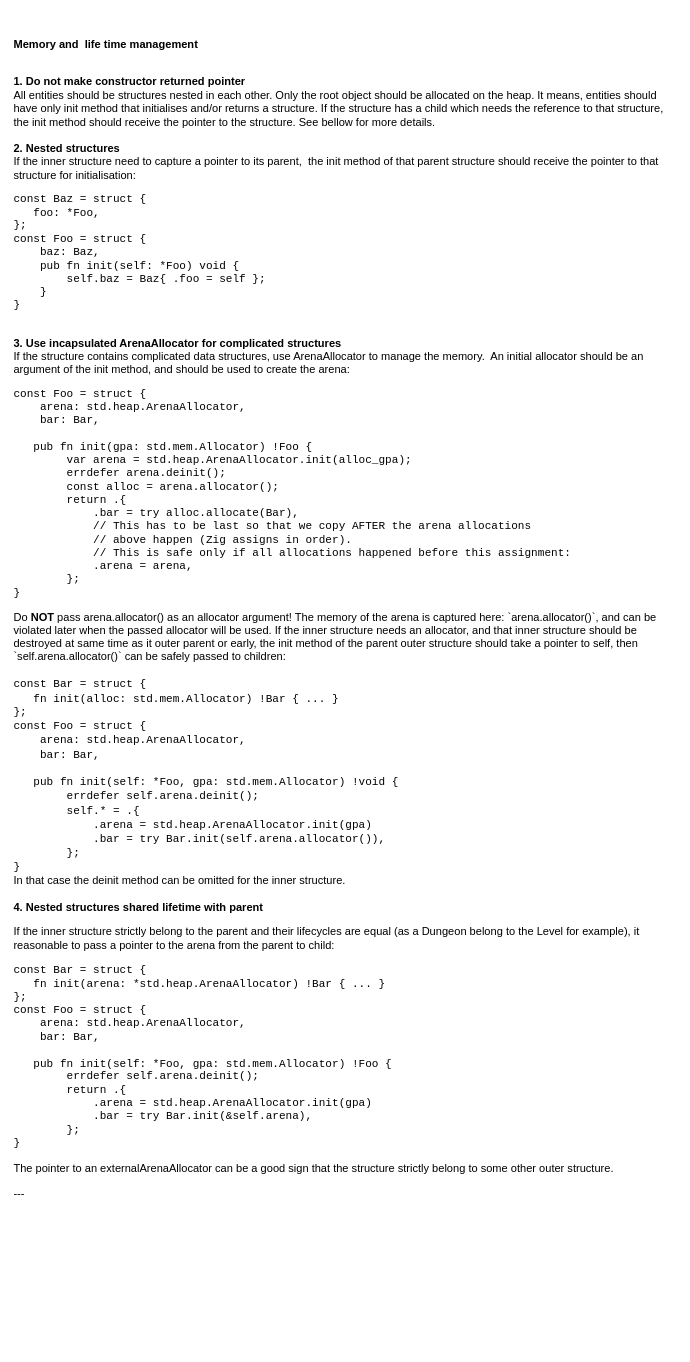
Before: page "Memory and life time management" (1 of 9) of docs/schemas.drawio in vladimir-popov/forgotten_catacombs, a draw.io diagram. Source tidied: cells renumbered, new cells numbered last; positions are measured from the earlier drawing's top-left corner, leaving out a move shared by most shapes. Both pictures are drawn from the tidied source at 79%, with x=0, y=0 at pixel (13, 13).
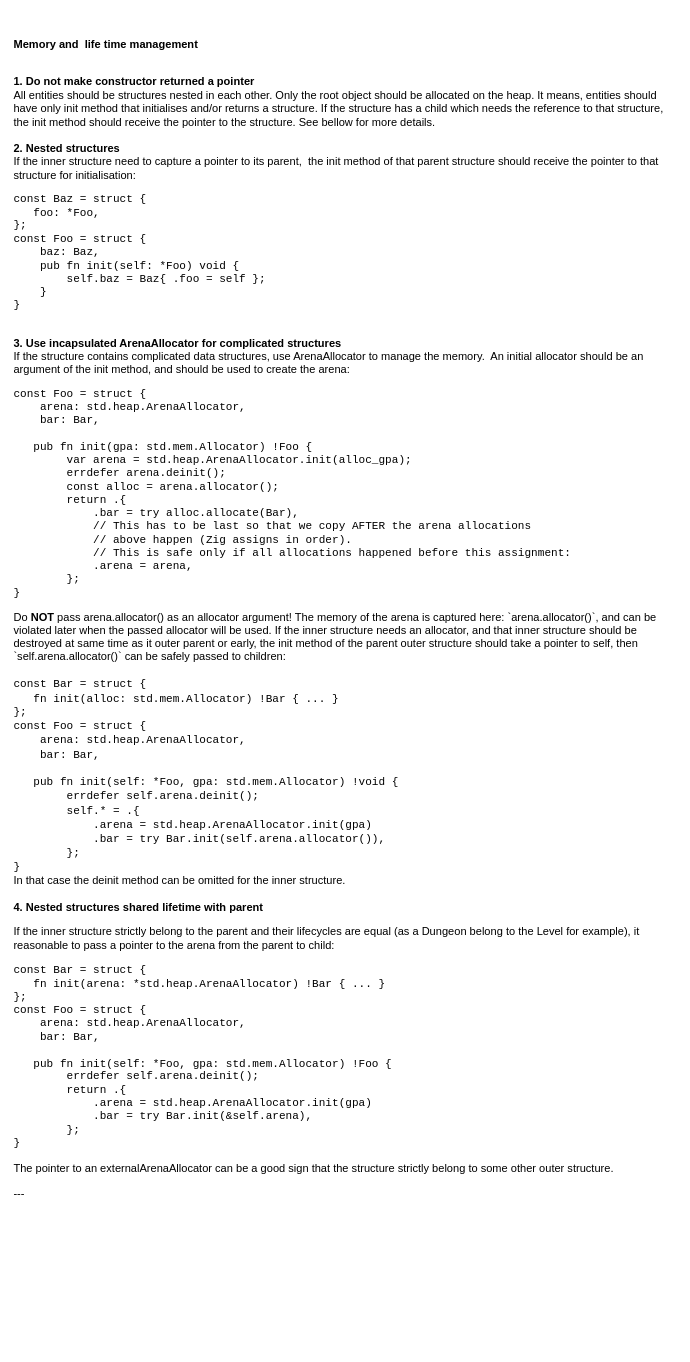
The same page after the edit.

Change to the diagram source:
```diff
@@
 <mxGraphModel>
   <root>
     <mxCell id="0" />
     <mxCell id="1" parent="0" />
-    <mxCell id="2" value="&lt;br style=&quot;font-size: 14px;&quot;&gt;&lt;h3 style=&quot;font-size: 14px;&quot;&gt;Memory and&amp;nbsp; life time management&lt;/h3&gt;&lt;br style=&quot;font-size: 14px;&quot;&gt;&lt;b style=&quot;font-size: 14px;&quot;&gt;1. Do not make constructor returned pointer&lt;br style=&quot;font-size: 14px;&quot;&gt;&lt;/b&gt;All entities should be structures nested in each other. Only the root object should be allocated on the heap. It means, entities should have only init method that initialises and/or returns a structure. If the structure has a child which needs the reference to that structure, the init method should receive the pointer to the structure. See bellow for more details.&lt;div&gt;&lt;b&gt;&lt;br class=&quot;Apple-interchange-newline&quot;&gt;2. Nested structures&lt;br&gt;&lt;/b&gt;&lt;span style=&quot;background-color: initial;&quot;&gt;If the inner structure need to capture a pointer to its parent,&amp;nbsp;&lt;/span&gt;&amp;nbsp;the init method of that parent structure should receive the pointer to that structure for initialisation:&lt;/div&gt;&lt;div&gt;&lt;pre&gt;const Baz = struct {&lt;br&gt;   foo: *Foo,&lt;br&gt;};&lt;br&gt;const Foo = struct {&amp;nbsp;&lt;br&gt;&amp;nbsp; &amp;nbsp; baz: Baz,&lt;br&gt;    pub fn init(self: *Foo) void {&lt;br&gt;        self.baz = Baz{ .foo = self };&lt;br&gt;    }&lt;br&gt;}&lt;/pre&gt;&lt;br style=&quot;font-size: 14px;&quot;&gt;&lt;b style=&quot;font-size: 14px;&quot;&gt;3. Use incapsulated ArenaAllocator for complicated structures&lt;br style=&quot;font-size: 14px;&quot;&gt;&lt;/b&gt;If the structure contains complicated data structures, use ArenaAllocator to manage the memory.&amp;nbsp; An initial allocator should be an argument of the init method, and should be used to create the arena:&lt;br style=&quot;font-size: 14px;&quot;&gt;&lt;pre style=&quot;font-size: 14px;&quot;&gt;const Foo = struct {&amp;nbsp;&lt;br style=&quot;font-size: 14px;&quot;&gt;&amp;nbsp; &amp;nbsp; arena: std.heap.ArenaAllocator,&lt;br style=&quot;font-size: 14px;&quot;&gt;&amp;nbsp; &amp;nbsp; bar: Bar,&lt;br style=&quot;font-size: 14px;&quot;&gt;&amp;nbsp; &amp;nbsp;&lt;br style=&quot;font-size: 14px;&quot;&gt;&amp;nbsp; &amp;nbsp;pub fn init(gpa: std.mem.Allocator) !Foo {&lt;br style=&quot;font-size: 14px;&quot;&gt;&amp;nbsp; &amp;nbsp; &amp;nbsp; &amp;nbsp; var arena =&amp;nbsp;std.heap.ArenaAllocator.init(alloc_gpa);&lt;br style=&quot;font-size: 14px;&quot;&gt;&amp;nbsp; &amp;nbsp; &amp;nbsp; &amp;nbsp; errdefer arena.deinit();&lt;br style=&quot;font-size: 14px;&quot;&gt;&amp;nbsp; &amp;nbsp; &amp;nbsp; &amp;nbsp; const alloc = arena.allocator();&amp;nbsp; &amp;nbsp; &amp;nbsp; &amp;nbsp; &lt;br style=&quot;font-size: 14px;&quot;&gt;        return .{&lt;br style=&quot;font-size: 14px;&quot;&gt;&amp;nbsp; &amp;nbsp; &amp;nbsp; &amp;nbsp; &amp;nbsp; &amp;nbsp; .bar = try alloc.allocate(Bar),&amp;nbsp; &amp;nbsp; &amp;nbsp; &amp;nbsp; &amp;nbsp; &amp;nbsp;&amp;nbsp;&lt;br style=&quot;font-size: 14px;&quot;&gt;            // This has to be last so that we copy AFTER the arena allocations&lt;br style=&quot;font-size: 14px;&quot;&gt;&amp;nbsp; &amp;nbsp; &amp;nbsp; &amp;nbsp; &amp;nbsp; &amp;nbsp; // above happen (Zig assigns in order).&lt;br style=&quot;font-size: 14px;&quot;&gt;            // This is safe only if all allocations happened before this assignment:&lt;br style=&quot;font-size: 14px;&quot;&gt;&amp;nbsp; &amp;nbsp; &amp;nbsp; &amp;nbsp; &amp;nbsp; &amp;nbsp; .arena = arena,&lt;br style=&quot;font-size: 14px;&quot;&gt;&amp;nbsp; &amp;nbsp; &amp;nbsp; &amp;nbsp; };&lt;br style=&quot;font-size: 14px;&quot;&gt;}&lt;/pre&gt;&lt;div style=&quot;font-size: 14px;&quot;&gt;Do &lt;b&gt;NOT&lt;/b&gt; pass arena.allocator() as an allocator argument! The memory of the arena is captured here: `arena.allocator()`, and can be violated later when the passed allocator will be used. If the inner structure needs an allocator, and that inner structure should be destroyed at same time as it outer parent or early, the init method of the parent outer structure should take a pointer to self, then `self.arena.allocator()` can be safely passed to children:&lt;/div&gt;&lt;div style=&quot;font-size: 14px;&quot;&gt;&lt;br&gt;&lt;/div&gt;&lt;div style=&quot;font-size: 14px;&quot;&gt;&lt;span style=&quot;font-family: monospace; white-space: pre;&quot;&gt;const Bar = struct {&lt;/span&gt;&lt;br style=&quot;font-family: monospace; white-space: pre;&quot;&gt;&lt;span style=&quot;font-family: monospace; white-space: pre;&quot;&gt;   fn init(alloc: std.mem.Allocator) !Bar { ... }&lt;/span&gt;&lt;br style=&quot;font-family: monospace; white-space: pre;&quot;&gt;&lt;span style=&quot;font-family: monospace; white-space: pre;&quot;&gt;};&lt;/span&gt;&lt;br style=&quot;font-family: monospace; white-space: pre;&quot;&gt;&lt;span style=&quot;font-family: monospace; white-space: pre;&quot;&gt;const Foo = struct {&amp;nbsp;&lt;/span&gt;&lt;br style=&quot;font-family: monospace; white-space: pre;&quot;&gt;&lt;span style=&quot;font-family: monospace; white-space: pre;&quot;&gt;&amp;nbsp; &amp;nbsp; arena: std.heap.ArenaAllocator,&lt;/span&gt;&lt;br style=&quot;font-family: monospace; white-space: pre;&quot;&gt;&lt;span style=&quot;font-family: monospace; white-space: pre;&quot;&gt;&amp;nbsp; &amp;nbsp; bar: Bar,&lt;/span&gt;&lt;br style=&quot;font-family: monospace; white-space: pre;&quot;&gt;&lt;span style=&quot;font-family: monospace; white-space: pre;&quot;&gt;&amp;nbsp; &amp;nbsp;&lt;/span&gt;&lt;br style=&quot;font-family: monospace; white-space: pre;&quot;&gt;&lt;span style=&quot;font-family: monospace; white-space: pre;&quot;&gt;&amp;nbsp; &amp;nbsp;pub fn init(self: *Foo, gpa: std.mem.Allocator) !void {&lt;/span&gt;&lt;br style=&quot;font-family: monospace; white-space: pre;&quot;&gt;&lt;span style=&quot;font-family: monospace; white-space: pre;&quot;&gt;&amp;nbsp; &amp;nbsp; &amp;nbsp; &amp;nbsp; errdefer self.arena.deinit();&amp;nbsp; &amp;nbsp; &amp;nbsp; &amp;nbsp; &lt;/span&gt;&lt;br style=&quot;font-family: monospace; white-space: pre;&quot;&gt;&lt;span style=&quot;font-family: monospace; white-space: pre;&quot;&gt;        self.* = .{&lt;/span&gt;&lt;br style=&quot;font-family: monospace; white-space: pre;&quot;&gt;&lt;span style=&quot;font-family: monospace; white-space: pre;&quot;&gt;            .arena =&amp;nbsp;std.heap.ArenaAllocator.init(gpa)&lt;/span&gt;&lt;br style=&quot;font-family: monospace; white-space: pre;&quot;&gt;&lt;span style=&quot;font-family: monospace; white-space: pre;&quot;&gt;&amp;nbsp; &amp;nbsp; &amp;nbsp; &amp;nbsp; &amp;nbsp; &amp;nbsp; .bar = try Bar.init(self.arena.allocator()),&lt;/span&gt;&lt;br style=&quot;font-family: monospace; white-space: pre;&quot;&gt;&lt;span style=&quot;font-family: monospace; white-space: pre;&quot;&gt;&amp;nbsp; &amp;nbsp; &amp;nbsp; &amp;nbsp; };&lt;/span&gt;&lt;br style=&quot;font-family: monospace; white-space: pre;&quot;&gt;&lt;span style=&quot;font-family: monospace; white-space: pre;&quot;&gt;}&lt;/span&gt;&lt;span style=&quot;background-color: initial;&quot;&gt;&amp;nbsp;&lt;/span&gt;&lt;/div&gt;&lt;div style=&quot;font-size: 14px;&quot;&gt;&lt;span style=&quot;background-color: initial;&quot;&gt;In that case the deinit method can be omitted for the inner structure.&lt;/span&gt;&lt;br&gt;&lt;/div&gt;&lt;div style=&quot;font-size: 14px;&quot;&gt;&lt;br style=&quot;font-size: 14px;&quot;&gt;&lt;b style=&quot;font-size: 14px;&quot;&gt;4. Nested structures shared lifetime with parent&lt;br style=&quot;font-size: 14px;&quot;&gt;&lt;/b&gt;&lt;pre style=&quot;font-size: 14px;&quot;&gt;&lt;p style=&quot;font-size: 14px;&quot;&gt;&lt;font face=&quot;Helvetica&quot; style=&quot;font-size: 14px;&quot;&gt;&lt;span style=&quot;white-space: normal; font-size: 14px;&quot;&gt;If the inner structure strictly belong to the parent and their lifecycles are equal&amp;nbsp;&lt;/span&gt;&lt;/font&gt;&lt;span style=&quot;font-family: Helvetica; white-space: normal; background-color: initial; font-size: 14px;&quot;&gt;(as a Dungeon belong to the Level for example)&lt;/span&gt;&lt;span style=&quot;white-space: normal; font-family: Helvetica; background-color: initial; font-size: 14px;&quot;&gt;, it reasonable to pass a pointer to the arena from the parent to child:&lt;/span&gt;&lt;/p&gt;&lt;p style=&quot;font-size: 14px;&quot;&gt;const Bar = struct {&lt;br style=&quot;font-size: 14px;&quot;&gt;   fn init(arena: *std.heap.ArenaAllocator) !Bar { ... }&lt;br style=&quot;font-size: 14px;&quot;&gt;};&lt;br style=&quot;font-size: 14px;&quot;&gt;const Foo = struct {&amp;nbsp;&lt;br style=&quot;font-size: 14px;&quot;&gt;&amp;nbsp; &amp;nbsp; arena: std.heap.ArenaAllocator,&lt;br style=&quot;font-size: 14px;&quot;&gt;&amp;nbsp; &amp;nbsp; bar: Bar,&lt;br style=&quot;font-size: 14px;&quot;&gt;&amp;nbsp; &amp;nbsp;&lt;br style=&quot;font-size: 14px;&quot;&gt;&amp;nbsp; &amp;nbsp;pub fn init(self: *Foo, gpa: std.mem.Allocator) !Foo {&lt;br style=&quot;font-size: 14px;&quot;&gt;&amp;nbsp; &amp;nbsp; &amp;nbsp; &amp;nbsp; errdefer self.arena.deinit(); &amp;nbsp; &amp;nbsp; &amp;nbsp; &lt;br style=&quot;font-size: 14px;&quot;&gt;        return .{&lt;br style=&quot;font-size: 14px;&quot;&gt;            .arena =&amp;nbsp;std.heap.ArenaAllocator.init(gpa)&lt;br style=&quot;font-size: 14px;&quot;&gt;&amp;nbsp; &amp;nbsp; &amp;nbsp; &amp;nbsp; &amp;nbsp; &amp;nbsp; .bar = try Bar.init(&amp;amp;self.arena),&lt;br style=&quot;font-size: 14px;&quot;&gt;&amp;nbsp; &amp;nbsp; &amp;nbsp; &amp;nbsp; };&lt;br style=&quot;font-size: 14px;&quot;&gt;}&lt;span style=&quot;white-space: normal; font-family: Helvetica; background-color: initial; font-size: 14px;&quot;&gt;&lt;br style=&quot;font-size: 14px;&quot;&gt;&lt;/span&gt;&lt;/p&gt;&lt;p style=&quot;font-size: 14px;&quot;&gt;&lt;font face=&quot;Helvetica&quot;&gt;The pointer to an externalArenaAllocator can be a good sign that the structure strictly belong to some other outer structure.&lt;/font&gt;&lt;/p&gt;&lt;p style=&quot;font-size: 14px;&quot;&gt;&lt;span style=&quot;white-space: normal; font-family: Helvetica; background-color: initial; font-size: 14px;&quot;&gt;---&lt;/span&gt;&lt;/p&gt;&lt;/pre&gt;&lt;/div&gt;&lt;/div&gt;" style="text;html=1;overflow=block;rounded=0;spacing=5;spacingLeft=0;spacingRight=0;fontSize=14;whiteSpace=wrap;" parent="1" vertex="1">
+    <mxCell id="2" value="&lt;br style=&quot;font-size: 14px;&quot;&gt;&lt;h3 style=&quot;font-size: 14px;&quot;&gt;Memory and&amp;nbsp; life time management&lt;/h3&gt;&lt;br style=&quot;font-size: 14px;&quot;&gt;&lt;b style=&quot;font-size: 14px;&quot;&gt;1. Do not make constructor returned a pointer&lt;br style=&quot;font-size: 14px;&quot;&gt;&lt;/b&gt;All entities should be structures nested in each other. Only the root object should be allocated on the heap. It means, entities should have only init method that initialises and/or returns a structure. If the structure has a child which needs the reference to that structure, the init method should receive the pointer to the structure. See bellow for more details.&lt;div&gt;&lt;b&gt;&lt;br class=&quot;Apple-interchange-newline&quot;&gt;2. Nested structures&lt;br&gt;&lt;/b&gt;&lt;span style=&quot;background-color: initial;&quot;&gt;If the inner structure need to capture a pointer to its parent,&amp;nbsp;&lt;/span&gt;&amp;nbsp;the init method of that parent structure should receive the pointer to that structure for initialisation:&lt;/div&gt;&lt;div&gt;&lt;pre&gt;const Baz = struct {&lt;br&gt;   foo: *Foo,&lt;br&gt;};&lt;br&gt;const Foo = struct {&amp;nbsp;&lt;br&gt;&amp;nbsp; &amp;nbsp; baz: Baz,&lt;br&gt;    pub fn init(self: *Foo) void {&lt;br&gt;        self.baz = Baz{ .foo = self };&lt;br&gt;    }&lt;br&gt;}&lt;/pre&gt;&lt;br style=&quot;font-size: 14px;&quot;&gt;&lt;b style=&quot;font-size: 14px;&quot;&gt;3. Use incapsulated ArenaAllocator for complicated structures&lt;br style=&quot;font-size: 14px;&quot;&gt;&lt;/b&gt;If the structure contains complicated data structures, use ArenaAllocator to manage the memory.&amp;nbsp; An initial allocator should be an argument of the init method, and should be used to create the arena:&lt;br style=&quot;font-size: 14px;&quot;&gt;&lt;pre style=&quot;font-size: 14px;&quot;&gt;const Foo = struct {&amp;nbsp;&lt;br style=&quot;font-size: 14px;&quot;&gt;&amp;nbsp; &amp;nbsp; arena: std.heap.ArenaAllocator,&lt;br style=&quot;font-size: 14px;&quot;&gt;&amp;nbsp; &amp;nbsp; bar: Bar,&lt;br style=&quot;font-size: 14px;&quot;&gt;&amp;nbsp; &amp;nbsp;&lt;br style=&quot;font-size: 14px;&quot;&gt;&amp;nbsp; &amp;nbsp;pub fn init(gpa: std.mem.Allocator) !Foo {&lt;br style=&quot;font-size: 14px;&quot;&gt;&amp;nbsp; &amp;nbsp; &amp;nbsp; &amp;nbsp; var arena =&amp;nbsp;std.heap.ArenaAllocator.init(alloc_gpa);&lt;br style=&quot;font-size: 14px;&quot;&gt;&amp;nbsp; &amp;nbsp; &amp;nbsp; &amp;nbsp; errdefer arena.deinit();&lt;br style=&quot;font-size: 14px;&quot;&gt;&amp;nbsp; &amp;nbsp; &amp;nbsp; &amp;nbsp; const alloc = arena.allocator();&amp;nbsp; &amp;nbsp; &amp;nbsp; &amp;nbsp; &lt;br style=&quot;font-size: 14px;&quot;&gt;        return .{&lt;br style=&quot;font-size: 14px;&quot;&gt;&amp;nbsp; &amp;nbsp; &amp;nbsp; &amp;nbsp; &amp;nbsp; &amp;nbsp; .bar = try alloc.allocate(Bar),&amp;nbsp; &amp;nbsp; &amp;nbsp; &amp;nbsp; &amp;nbsp; &amp;nbsp;&amp;nbsp;&lt;br style=&quot;font-size: 14px;&quot;&gt;            // This has to be last so that we copy AFTER the arena allocations&lt;br style=&quot;font-size: 14px;&quot;&gt;&amp;nbsp; &amp;nbsp; &amp;nbsp; &amp;nbsp; &amp;nbsp; &amp;nbsp; // above happen (Zig assigns in order).&lt;br style=&quot;font-size: 14px;&quot;&gt;            // This is safe only if all allocations happened before this assignment:&lt;br style=&quot;font-size: 14px;&quot;&gt;&amp;nbsp; &amp;nbsp; &amp;nbsp; &amp;nbsp; &amp;nbsp; &amp;nbsp; .arena = arena,&lt;br style=&quot;font-size: 14px;&quot;&gt;&amp;nbsp; &amp;nbsp; &amp;nbsp; &amp;nbsp; };&lt;br style=&quot;font-size: 14px;&quot;&gt;}&lt;/pre&gt;&lt;div style=&quot;font-size: 14px;&quot;&gt;Do &lt;b&gt;NOT&lt;/b&gt; pass arena.allocator() as an allocator argument! The memory of the arena is captured here: `arena.allocator()`, and can be violated later when the passed allocator will be used. If the inner structure needs an allocator, and that inner structure should be destroyed at same time as it outer parent or early, the init method of the parent outer structure should take a pointer to self, then `self.arena.allocator()` can be safely passed to children:&lt;/div&gt;&lt;div style=&quot;font-size: 14px;&quot;&gt;&lt;br&gt;&lt;/div&gt;&lt;div style=&quot;font-size: 14px;&quot;&gt;&lt;span style=&quot;font-family: monospace; white-space: pre;&quot;&gt;const Bar = struct {&lt;/span&gt;&lt;br style=&quot;font-family: monospace; white-space: pre;&quot;&gt;&lt;span style=&quot;font-family: monospace; white-space: pre;&quot;&gt;   fn init(alloc: std.mem.Allocator) !Bar { ... }&lt;/span&gt;&lt;br style=&quot;font-family: monospace; white-space: pre;&quot;&gt;&lt;span style=&quot;font-family: monospace; white-space: pre;&quot;&gt;};&lt;/span&gt;&lt;br style=&quot;font-family: monospace; white-space: pre;&quot;&gt;&lt;span style=&quot;font-family: monospace; white-space: pre;&quot;&gt;const Foo = struct {&amp;nbsp;&lt;/span&gt;&lt;br style=&quot;font-family: monospace; white-space: pre;&quot;&gt;&lt;span style=&quot;font-family: monospace; white-space: pre;&quot;&gt;&amp;nbsp; &amp;nbsp; arena: std.heap.ArenaAllocator,&lt;/span&gt;&lt;br style=&quot;font-family: monospace; white-space: pre;&quot;&gt;&lt;span style=&quot;font-family: monospace; white-space: pre;&quot;&gt;&amp;nbsp; &amp;nbsp; bar: Bar,&lt;/span&gt;&lt;br style=&quot;font-family: monospace; white-space: pre;&quot;&gt;&lt;span style=&quot;font-family: monospace; white-space: pre;&quot;&gt;&amp;nbsp; &amp;nbsp;&lt;/span&gt;&lt;br style=&quot;font-family: monospace; white-space: pre;&quot;&gt;&lt;span style=&quot;font-family: monospace; white-space: pre;&quot;&gt;&amp;nbsp; &amp;nbsp;pub fn init(self: *Foo, gpa: std.mem.Allocator) !void {&lt;/span&gt;&lt;br style=&quot;font-family: monospace; white-space: pre;&quot;&gt;&lt;span style=&quot;font-family: monospace; white-space: pre;&quot;&gt;&amp;nbsp; &amp;nbsp; &amp;nbsp; &amp;nbsp; errdefer self.arena.deinit();&amp;nbsp; &amp;nbsp; &amp;nbsp; &amp;nbsp; &lt;/span&gt;&lt;br style=&quot;font-family: monospace; white-space: pre;&quot;&gt;&lt;span style=&quot;font-family: monospace; white-space: pre;&quot;&gt;        self.* = .{&lt;/span&gt;&lt;br style=&quot;font-family: monospace; white-space: pre;&quot;&gt;&lt;span style=&quot;font-family: monospace; white-space: pre;&quot;&gt;            .arena =&amp;nbsp;std.heap.ArenaAllocator.init(gpa)&lt;/span&gt;&lt;br style=&quot;font-family: monospace; white-space: pre;&quot;&gt;&lt;span style=&quot;font-family: monospace; white-space: pre;&quot;&gt;&amp;nbsp; &amp;nbsp; &amp;nbsp; &amp;nbsp; &amp;nbsp; &amp;nbsp; .bar = try Bar.init(self.arena.allocator()),&lt;/span&gt;&lt;br style=&quot;font-family: monospace; white-space: pre;&quot;&gt;&lt;span style=&quot;font-family: monospace; white-space: pre;&quot;&gt;&amp;nbsp; &amp;nbsp; &amp;nbsp; &amp;nbsp; };&lt;/span&gt;&lt;br style=&quot;font-family: monospace; white-space: pre;&quot;&gt;&lt;span style=&quot;font-family: monospace; white-space: pre;&quot;&gt;}&lt;/span&gt;&lt;span style=&quot;background-color: initial;&quot;&gt;&amp;nbsp;&lt;/span&gt;&lt;/div&gt;&lt;div style=&quot;font-size: 14px;&quot;&gt;&lt;span style=&quot;background-color: initial;&quot;&gt;In that case the deinit method can be omitted for the inner structure.&lt;/span&gt;&lt;br&gt;&lt;/div&gt;&lt;div style=&quot;font-size: 14px;&quot;&gt;&lt;br style=&quot;font-size: 14px;&quot;&gt;&lt;b style=&quot;font-size: 14px;&quot;&gt;4. Nested structures shared lifetime with parent&lt;br style=&quot;font-size: 14px;&quot;&gt;&lt;/b&gt;&lt;pre style=&quot;font-size: 14px;&quot;&gt;&lt;p style=&quot;font-size: 14px;&quot;&gt;&lt;font face=&quot;Helvetica&quot; style=&quot;font-size: 14px;&quot;&gt;&lt;span style=&quot;white-space: normal; font-size: 14px;&quot;&gt;If the inner structure strictly belong to the parent and their lifecycles are equal&amp;nbsp;&lt;/span&gt;&lt;/font&gt;&lt;span style=&quot;font-family: Helvetica; white-space: normal; background-color: initial; font-size: 14px;&quot;&gt;(as a Dungeon belong to the Level for example)&lt;/span&gt;&lt;span style=&quot;white-space: normal; font-family: Helvetica; background-color: initial; font-size: 14px;&quot;&gt;, it reasonable to pass a pointer to the arena from the parent to child:&lt;/span&gt;&lt;/p&gt;&lt;p style=&quot;font-size: 14px;&quot;&gt;const Bar = struct {&lt;br style=&quot;font-size: 14px;&quot;&gt;   fn init(arena: *std.heap.ArenaAllocator) !Bar { ... }&lt;br style=&quot;font-size: 14px;&quot;&gt;};&lt;br style=&quot;font-size: 14px;&quot;&gt;const Foo = struct {&amp;nbsp;&lt;br style=&quot;font-size: 14px;&quot;&gt;&amp;nbsp; &amp;nbsp; arena: std.heap.ArenaAllocator,&lt;br style=&quot;font-size: 14px;&quot;&gt;&amp;nbsp; &amp;nbsp; bar: Bar,&lt;br style=&quot;font-size: 14px;&quot;&gt;&amp;nbsp; &amp;nbsp;&lt;br style=&quot;font-size: 14px;&quot;&gt;&amp;nbsp; &amp;nbsp;pub fn init(self: *Foo, gpa: std.mem.Allocator) !Foo {&lt;br style=&quot;font-size: 14px;&quot;&gt;&amp;nbsp; &amp;nbsp; &amp;nbsp; &amp;nbsp; errdefer self.arena.deinit(); &amp;nbsp; &amp;nbsp; &amp;nbsp; &lt;br style=&quot;font-size: 14px;&quot;&gt;        return .{&lt;br style=&quot;font-size: 14px;&quot;&gt;            .arena =&amp;nbsp;std.heap.ArenaAllocator.init(gpa)&lt;br style=&quot;font-size: 14px;&quot;&gt;&amp;nbsp; &amp;nbsp; &amp;nbsp; &amp;nbsp; &amp;nbsp; &amp;nbsp; .bar = try Bar.init(&amp;amp;self.arena),&lt;br style=&quot;font-size: 14px;&quot;&gt;&amp;nbsp; &amp;nbsp; &amp;nbsp; &amp;nbsp; };&lt;br style=&quot;font-size: 14px;&quot;&gt;}&lt;span style=&quot;white-space: normal; font-family: Helvetica; background-color: initial; font-size: 14px;&quot;&gt;&lt;br style=&quot;font-size: 14px;&quot;&gt;&lt;/span&gt;&lt;/p&gt;&lt;p style=&quot;font-size: 14px;&quot;&gt;&lt;font face=&quot;Helvetica&quot;&gt;The pointer to an externalArenaAllocator can be a good sign that the structure strictly belong to some other outer structure.&lt;/font&gt;&lt;/p&gt;&lt;p style=&quot;font-size: 14px;&quot;&gt;&lt;span style=&quot;white-space: normal; font-family: Helvetica; background-color: initial; font-size: 14px;&quot;&gt;---&lt;/span&gt;&lt;/p&gt;&lt;/pre&gt;&lt;/div&gt;&lt;/div&gt;" style="text;html=1;overflow=block;rounded=0;spacing=5;spacingLeft=0;spacingRight=0;fontSize=14;whiteSpace=wrap;" parent="1" vertex="1">
       <mxGeometry width="840" height="1690" as="geometry" />
     </mxCell>
   </root>
 </mxGraphModel>
```
